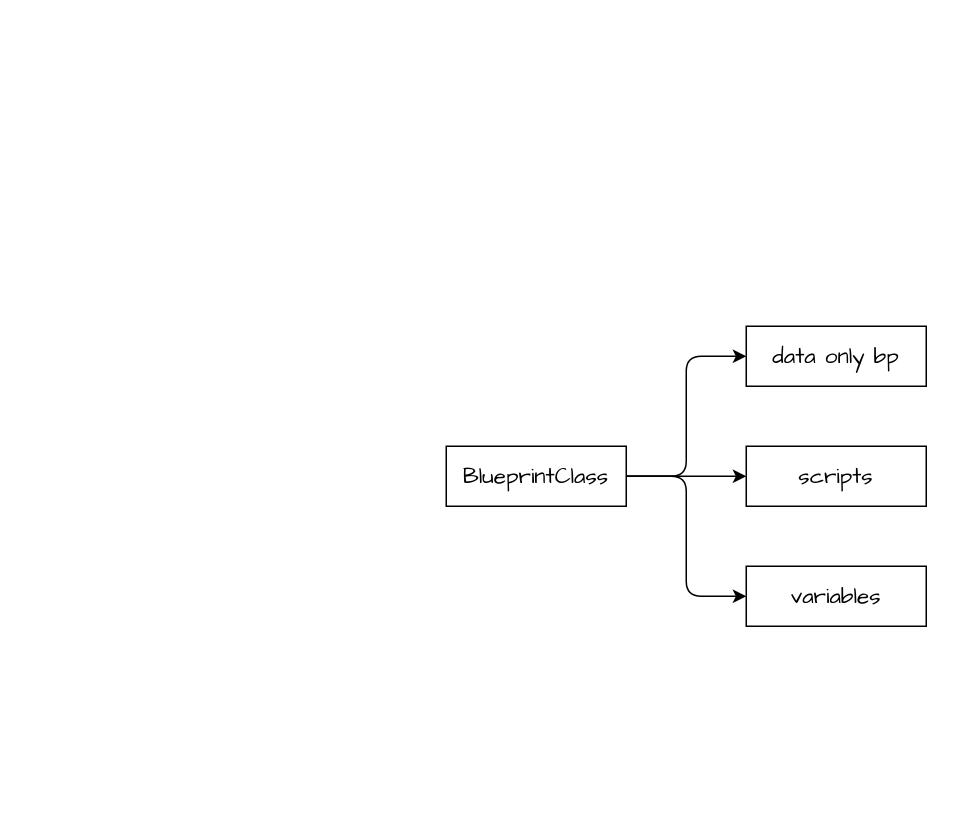
phileas2020/Notes keeps this draw.io diagram as page "Page-3" (3 of 14) of UE-RoadMap.drawio. Above is the earlier version. Source tidied: cells renumbered, new cells numbered last; positions are measured from the earlier drawing's top-left corner, leaving out a move shared by most shapes. Both pictures are drawn from the tidied source at 150%, with x=0, y=0 at pixel (446, 326).
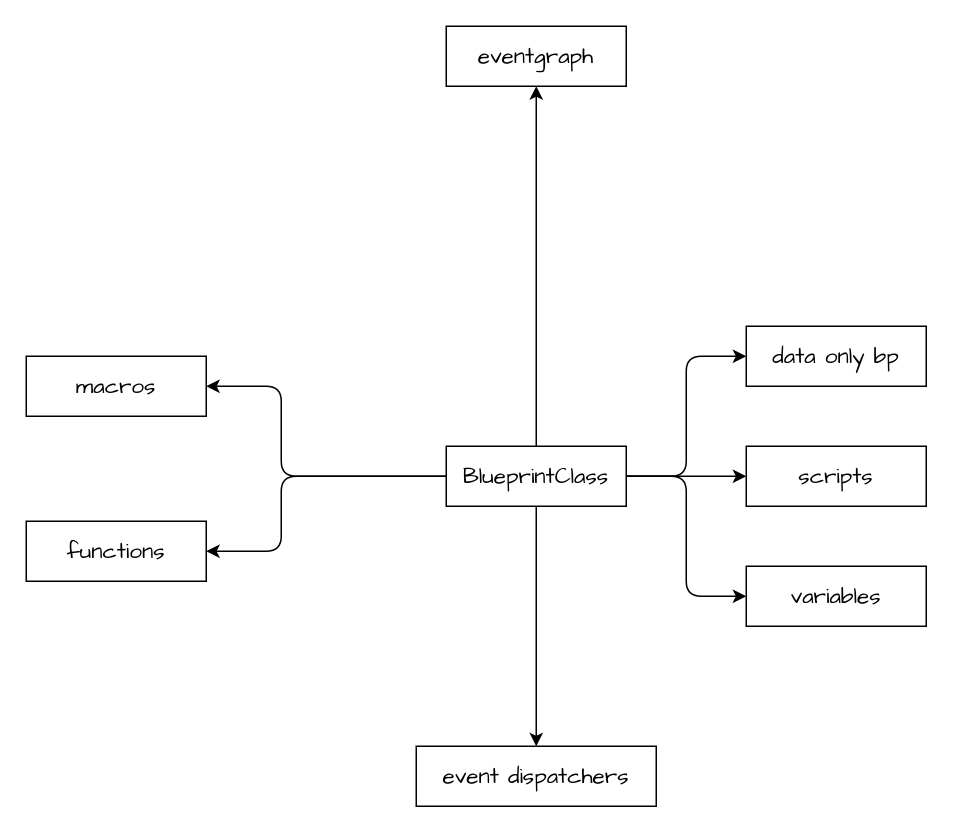
The same page after the edit.

The change refers to these unchanged cells:
```xml
<mxCell id="5" value="BlueprintClass" style="rounded=0;whiteSpace=wrap;html=1;fontFamily=Comic Sans MS;fontSize=15;" parent="1" vertex="1">
  <mxGeometry y="80" width="120" height="40" as="geometry" />
</mxCell>
```

What changed in the source:
```diff
@@
+    <mxCell id="9" style="edgeStyle=orthogonalEdgeStyle;rounded=1;jettySize=auto;html=1;" parent="1" edge="1" source="5" target="13">
+      <mxGeometry relative="1" as="geometry">
+        <Array as="points">
+          <mxPoint x="-110" y="100" />
+          <mxPoint x="-110" y="40" />
+        </Array>
+      </mxGeometry>
+    </mxCell>
+    <mxCell id="10" style="edgeStyle=orthogonalEdgeStyle;rounded=1;jettySize=auto;html=1;" parent="1" edge="1" source="5" target="14">
+      <mxGeometry relative="1" as="geometry">
+        <Array as="points">
+          <mxPoint x="-110" y="100" />
+          <mxPoint x="-110" y="150" />
+        </Array>
+      </mxGeometry>
+    </mxCell>
+    <mxCell id="11" style="edgeStyle=orthogonalEdgeStyle;rounded=1;jettySize=auto;html=1;" parent="1" edge="1" source="5" target="15">
+      <mxGeometry relative="1" as="geometry" />
+    </mxCell>
+    <mxCell id="12" style="edgeStyle=orthogonalEdgeStyle;rounded=1;jettySize=auto;html=1;" parent="1" edge="1" source="5" target="16">
+      <mxGeometry relative="1" as="geometry" />
+    </mxCell>
@@
+    <mxCell id="13" value="macros" style="rounded=0;whiteSpace=wrap;html=1;fontFamily=Comic Sans MS;fontSize=15;" parent="1" vertex="1">
+      <mxGeometry x="-280" y="20" width="120" height="40" as="geometry" />
+    </mxCell>
+    <mxCell id="14" value="functions" style="rounded=0;whiteSpace=wrap;html=1;fontFamily=Comic Sans MS;fontSize=15;" parent="1" vertex="1">
+      <mxGeometry x="-280" y="130" width="120" height="40" as="geometry" />
+    </mxCell>
+    <mxCell id="15" value="event dispatchers" style="rounded=0;whiteSpace=wrap;html=1;fontFamily=Comic Sans MS;fontSize=15;" parent="1" vertex="1">
+      <mxGeometry x="-20" y="280" width="160" height="40" as="geometry" />
+    </mxCell>
+    <mxCell id="16" value="eventgraph" style="rounded=0;whiteSpace=wrap;html=1;fontFamily=Comic Sans MS;fontSize=15;" parent="1" vertex="1">
+      <mxGeometry y="-200" width="120" height="40" as="geometry" />
+    </mxCell>
```
